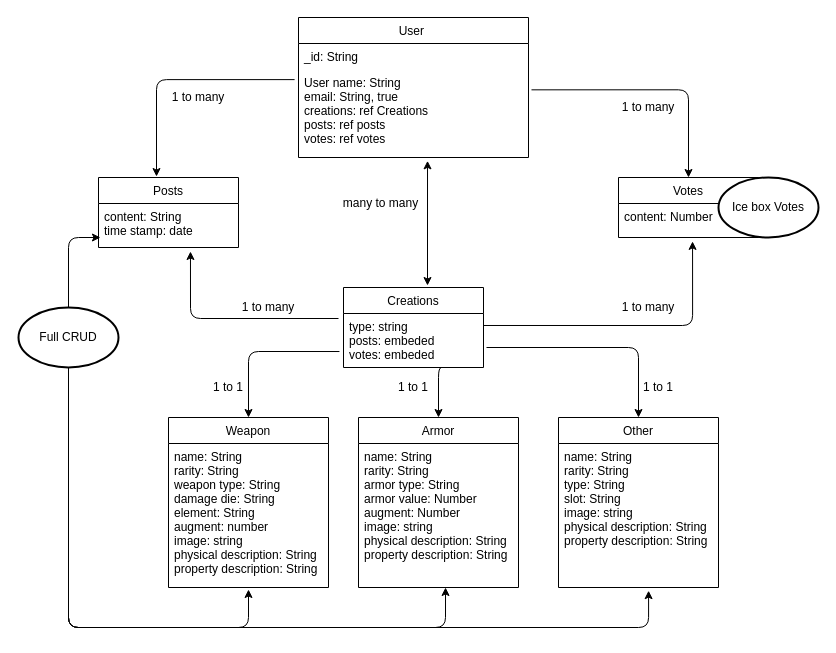
Earlier version of the draw.io diagram ERD.drawio (m-deez/wonderous-creations). Source tidied: cells renumbered, new cells numbered last; positions are measured from the earlier drawing's top-left corner, leaving out a move shared by most shapes. Both pictures are drawn from the tidied source at 100%, with x=0, y=0 at pixel (18, 17).
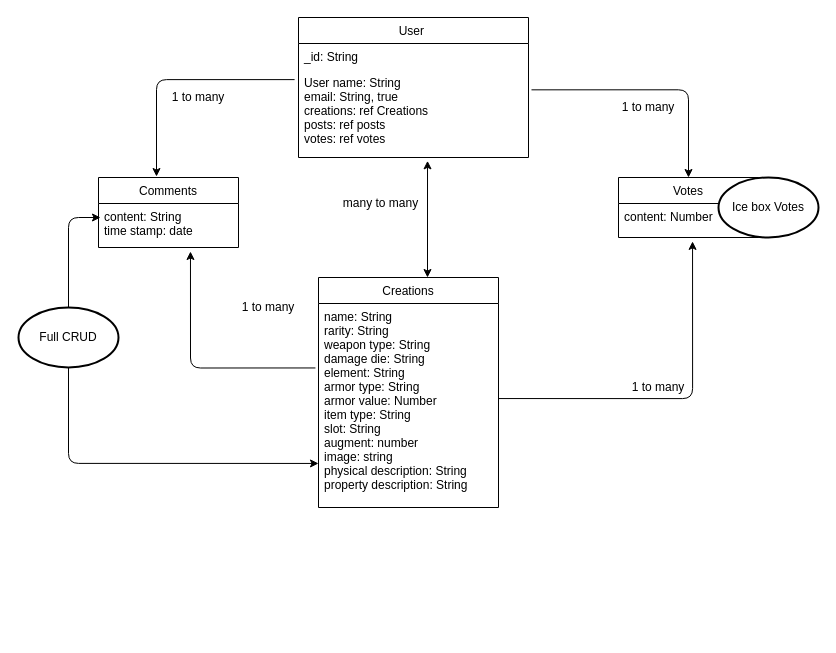
The same page after the edit.

Commit message (it also covers changes not shown here):
consolidated all schemas to one 'Creation' Schema

The change refers to these unchanged cells:
```xml
<mxCell id="4" value="User name: String&#10;email: String, true&#10;creations: ref Creations&#10;posts: ref posts&#10;votes: ref votes" style="text;strokeColor=none;fillColor=none;align=left;verticalAlign=top;spacingLeft=4;spacingRight=4;overflow=hidden;points=[[0,0.5],[1,0.5]];portConstraint=eastwest;" parent="2" vertex="1">
  <mxGeometry y="52" width="230" height="88" as="geometry" />
</mxCell>
<mxCell id="6" value="content: String&#10;time stamp: date" style="text;strokeColor=none;fillColor=none;align=left;verticalAlign=top;spacingLeft=4;spacingRight=4;overflow=hidden;points=[[0,0.5],[1,0.5]];portConstraint=eastwest;" parent="5" vertex="1">
  <mxGeometry y="26" width="140" height="44" as="geometry" />
</mxCell>
<mxCell id="27" value="content: Number" style="text;strokeColor=none;fillColor=none;align=left;verticalAlign=top;spacingLeft=4;spacingRight=4;overflow=hidden;points=[[0,0.5],[1,0.5]];portConstraint=eastwest;" parent="26" vertex="1">
  <mxGeometry y="26" width="140" height="34" as="geometry" />
</mxCell>
<mxCell id="34" value="Full CRUD" style="strokeWidth=2;html=1;shape=mxgraph.flowchart.start_1;whiteSpace=wrap;" parent="1" vertex="1">
  <mxGeometry y="290" width="100" height="60" as="geometry" />
</mxCell>
```

Diff of the diagram source:
```diff
@@
-    <mxCell id="5" value="Posts" style="swimlane;fontStyle=0;horizontal=1;startSize=26;fillColor=none;" parent="1" vertex="1">
+    <mxCell id="5" value="Comments" style="swimlane;fontStyle=0;horizontal=1;startSize=26;fillColor=none;" parent="1" vertex="1">
       <mxGeometry x="80" y="160" width="140" height="70" as="geometry" />
     </mxCell>
@@
     <mxCell id="9" value="Creations" style="swimlane;fontStyle=0;horizontal=1;startSize=26;fillColor=none;" parent="1" vertex="1">
-      <mxGeometry x="325" y="270" width="140" height="80" as="geometry" />
+      <mxGeometry x="300" y="260" width="180" height="230" as="geometry" />
     </mxCell>
-    <mxCell id="10" value="type: string&#10;posts: embeded&#10;votes: embeded" style="text;strokeColor=none;fillColor=none;align=left;verticalAlign=top;spacingLeft=4;spacingRight=4;overflow=hidden;points=[[0,0.5],[1,0.5]];portConstraint=eastwest;" parent="9" vertex="1">
-      <mxGeometry y="26" width="140" height="54" as="geometry" />
+    <mxCell id="10" value="name: String&#10;rarity: String&#10;weapon type: String&#10;damage die: String&#10;element: String&#10;armor type: String&#10;armor value: Number&#10;item type: String&#10;slot: String&#10;augment: number&#10;image: string&#10;physical description: String&#10;property description: String" style="text;strokeColor=none;fillColor=none;align=left;verticalAlign=top;spacingLeft=4;spacingRight=4;overflow=hidden;points=[[0,0.5],[1,0.5]];portConstraint=eastwest;" parent="9" vertex="1">
+      <mxGeometry y="26" width="180" height="204" as="geometry" />
     </mxCell>
-    <mxCell id="11" style="edgeStyle=segmentEdgeStyle;endArrow=classic;html=1;entryX=0.657;entryY=1.091;entryDx=0;entryDy=0;entryPerimeter=0;" parent="1" edge="1" target="6">
-      <mxGeometry relative="1" as="geometry">
-        <mxPoint x="320" y="301" as="sourcePoint" />
-      </mxGeometry>
+    <mxCell id="11" style="edgeStyle=segmentEdgeStyle;endArrow=classic;html=1;entryX=0.657;entryY=1.091;entryDx=0;entryDy=0;entryPerimeter=0;exitX=-0.017;exitY=0.316;exitDx=0;exitDy=0;exitPerimeter=0;" parent="1" edge="1" source="10" target="6">
+      <mxGeometry relative="1" as="geometry" />
     </mxCell>
@@
-    <mxCell id="13" value="Other" style="swimlane;fontStyle=0;horizontal=1;startSize=26;fillColor=none;" parent="1" vertex="1">
-      <mxGeometry x="540" y="400" width="160" height="170" as="geometry" />
-    </mxCell>
-    <mxCell id="14" value="name: String&#10;rarity: String&#10;type: String&#10;slot: String&#10;image: string&#10;physical description: String&#10;property description: String&#10;" style="text;strokeColor=none;fillColor=none;align=left;verticalAlign=top;spacingLeft=4;spacingRight=4;overflow=hidden;points=[[0,0.5],[1,0.5]];portConstraint=eastwest;" parent="13" vertex="1">
-      <mxGeometry y="26" width="160" height="144" as="geometry" />
-    </mxCell>
-    <mxCell id="15" value="Armor" style="swimlane;fontStyle=0;horizontal=1;startSize=26;fillColor=none;" parent="1" vertex="1">
-      <mxGeometry x="340" y="400" width="160" height="170" as="geometry" />
-    </mxCell>
-    <mxCell id="16" value="name: String&#10;rarity: String&#10;armor type: String&#10;armor value: Number&#10;augment: Number&#10;image: string&#10;physical description: String&#10;property description: String" style="text;strokeColor=none;fillColor=none;align=left;verticalAlign=top;spacingLeft=4;spacingRight=4;overflow=hidden;points=[[0,0.5],[1,0.5]];portConstraint=eastwest;" parent="15" vertex="1">
-      <mxGeometry y="26" width="160" height="144" as="geometry" />
-    </mxCell>
-    <mxCell id="17" value="Weapon" style="swimlane;fontStyle=0;horizontal=1;startSize=26;fillColor=none;" parent="1" vertex="1">
-      <mxGeometry x="150" y="400" width="160" height="170" as="geometry" />
-    </mxCell>
-    <mxCell id="18" value="name: String&#10;rarity: String&#10;weapon type: String&#10;damage die: String&#10;element: String&#10;augment: number&#10;image: string&#10;physical description: String&#10;property description: String" style="text;strokeColor=none;fillColor=none;align=left;verticalAlign=top;spacingLeft=4;spacingRight=4;overflow=hidden;points=[[0,0.5],[1,0.5]];portConstraint=eastwest;" parent="17" vertex="1">
-      <mxGeometry y="26" width="160" height="144" as="geometry" />
-    </mxCell>
-    <mxCell id="19" style="edgeStyle=orthogonalEdgeStyle;rounded=0;orthogonalLoop=1;jettySize=auto;html=1;exitX=1;exitY=0.5;exitDx=0;exitDy=0;" parent="17" edge="1" source="18" target="18">
-      <mxGeometry relative="1" as="geometry" />
-    </mxCell>
-    <mxCell id="20" style="edgeStyle=segmentEdgeStyle;endArrow=classic;html=1;entryX=0.5;entryY=0;entryDx=0;entryDy=0;" parent="1" edge="1" target="13">
-      <mxGeometry relative="1" as="geometry">
-        <mxPoint x="468" y="330" as="sourcePoint" />
-      </mxGeometry>
-    </mxCell>
-    <mxCell id="21" style="edgeStyle=segmentEdgeStyle;endArrow=classic;html=1;entryX=0.5;entryY=0;entryDx=0;entryDy=0;entryPerimeter=0;exitX=-0.029;exitY=0.704;exitDx=0;exitDy=0;exitPerimeter=0;" parent="1" edge="1" source="10" target="17">
-      <mxGeometry relative="1" as="geometry" />
-    </mxCell>
-    <mxCell id="22" style="edgeStyle=segmentEdgeStyle;endArrow=classic;html=1;entryX=0.5;entryY=0;entryDx=0;entryDy=0;exitX=0.721;exitY=1;exitDx=0;exitDy=0;exitPerimeter=0;" parent="1" edge="1" source="10" target="15">
-      <mxGeometry relative="1" as="geometry">
-        <Array as="points">
-          <mxPoint x="420" y="350" />
-        </Array>
-      </mxGeometry>
-    </mxCell>
-    <mxCell id="23" value="1 to 1" style="text;html=1;strokeColor=none;fillColor=none;align=center;verticalAlign=middle;whiteSpace=wrap;rounded=0;" parent="1" vertex="1">
-      <mxGeometry x="610" y="360" width="60" height="20" as="geometry" />
-    </mxCell>
-    <mxCell id="24" value="1 to 1" style="text;html=1;strokeColor=none;fillColor=none;align=center;verticalAlign=middle;whiteSpace=wrap;rounded=0;" parent="1" vertex="1">
-      <mxGeometry x="365" y="360" width="60" height="20" as="geometry" />
-    </mxCell>
-    <mxCell id="25" value="1 to 1" style="text;html=1;strokeColor=none;fillColor=none;align=center;verticalAlign=middle;whiteSpace=wrap;rounded=0;" parent="1" vertex="1">
-      <mxGeometry x="180" y="360" width="60" height="20" as="geometry" />
-    </mxCell>
@@
-    <mxCell id="30" style="edgeStyle=segmentEdgeStyle;endArrow=classic;html=1;entryX=0.529;entryY=1.115;entryDx=0;entryDy=0;entryPerimeter=0;exitX=1;exitY=0.222;exitDx=0;exitDy=0;exitPerimeter=0;" parent="1" edge="1" source="10" target="27">
-      <mxGeometry relative="1" as="geometry" />
+    <mxCell id="30" style="edgeStyle=segmentEdgeStyle;endArrow=classic;html=1;entryX=0.529;entryY=1.115;entryDx=0;entryDy=0;entryPerimeter=0;exitX=1;exitY=0.466;exitDx=0;exitDy=0;exitPerimeter=0;" parent="1" edge="1" source="10" target="27">
+      <mxGeometry relative="1" as="geometry">
+        <Array as="points">
+          <mxPoint x="674" y="381" />
+        </Array>
+      </mxGeometry>
     </mxCell>
     <mxCell id="31" value="1 to many" style="text;html=1;strokeColor=none;fillColor=none;align=center;verticalAlign=middle;whiteSpace=wrap;rounded=0;" parent="1" vertex="1">
-      <mxGeometry x="600" y="280" width="60" height="20" as="geometry" />
+      <mxGeometry x="610" y="360" width="60" height="20" as="geometry" />
     </mxCell>
     <mxCell id="32" style="endArrow=classic;startArrow=classic;html=1;entryX=0.561;entryY=1.038;entryDx=0;entryDy=0;entryPerimeter=0;" parent="1" edge="1" target="4">
       <mxGeometry relative="1" as="geometry">
-        <mxPoint x="409" y="268" as="sourcePoint" />
+        <mxPoint x="409" y="260" as="sourcePoint" />
       </mxGeometry>
     </mxCell>
@@
-    <mxCell id="35" style="edgeStyle=segmentEdgeStyle;endArrow=classic;html=1;exitX=0.5;exitY=0;exitDx=0;exitDy=0;exitPerimeter=0;entryX=0.014;entryY=0.773;entryDx=0;entryDy=0;entryPerimeter=0;" parent="1" edge="1" source="34" target="6">
+    <mxCell id="35" style="edgeStyle=segmentEdgeStyle;endArrow=classic;html=1;exitX=0.5;exitY=0;exitDx=0;exitDy=0;exitPerimeter=0;" parent="1" edge="1" source="34">
       <mxGeometry relative="1" as="geometry">
+        <mxPoint x="82" y="200" as="targetPoint" />
         <Array as="points">
-          <mxPoint x="50" y="220" />
+          <mxPoint x="50" y="200" />
+          <mxPoint x="82" y="200" />
         </Array>
       </mxGeometry>
     </mxCell>
-    <mxCell id="36" style="edgeStyle=segmentEdgeStyle;endArrow=classic;html=1;exitX=0.5;exitY=1;exitDx=0;exitDy=0;exitPerimeter=0;" parent="1" edge="1" source="34">
-      <mxGeometry relative="1" as="geometry">
-        <mxPoint x="230" y="572" as="targetPoint" />
-        <Array as="points">
-          <mxPoint x="50" y="610" />
-          <mxPoint x="230" y="610" />
-        </Array>
-      </mxGeometry>
-    </mxCell>
-    <mxCell id="37" style="edgeStyle=segmentEdgeStyle;endArrow=classic;html=1;entryX=0.544;entryY=1;entryDx=0;entryDy=0;entryPerimeter=0;" parent="1" edge="1" target="16">
-      <mxGeometry relative="1" as="geometry">
-        <mxPoint x="50" y="360" as="sourcePoint" />
-        <Array as="points">
-          <mxPoint x="50" y="610" />
-          <mxPoint x="427" y="610" />
-        </Array>
-      </mxGeometry>
-    </mxCell>
-    <mxCell id="38" style="edgeStyle=segmentEdgeStyle;endArrow=classic;html=1;entryX=0.563;entryY=1.022;entryDx=0;entryDy=0;entryPerimeter=0;" parent="1" edge="1" target="14">
-      <mxGeometry relative="1" as="geometry">
-        <mxPoint x="50" y="370" as="sourcePoint" />
-        <Array as="points">
-          <mxPoint x="50" y="370" />
-          <mxPoint x="50" y="610" />
-          <mxPoint x="630" y="610" />
-        </Array>
-      </mxGeometry>
-    </mxCell>
@@
+    <mxCell id="40" style="edgeStyle=segmentEdgeStyle;endArrow=classic;html=1;entryX=0;entryY=0.784;entryDx=0;entryDy=0;entryPerimeter=0;exitX=0.5;exitY=1;exitDx=0;exitDy=0;exitPerimeter=0;" parent="1" edge="1" source="34" target="10">
+      <mxGeometry relative="1" as="geometry">
+        <Array as="points">
+          <mxPoint x="50" y="446" />
+        </Array>
+      </mxGeometry>
+    </mxCell>
```
